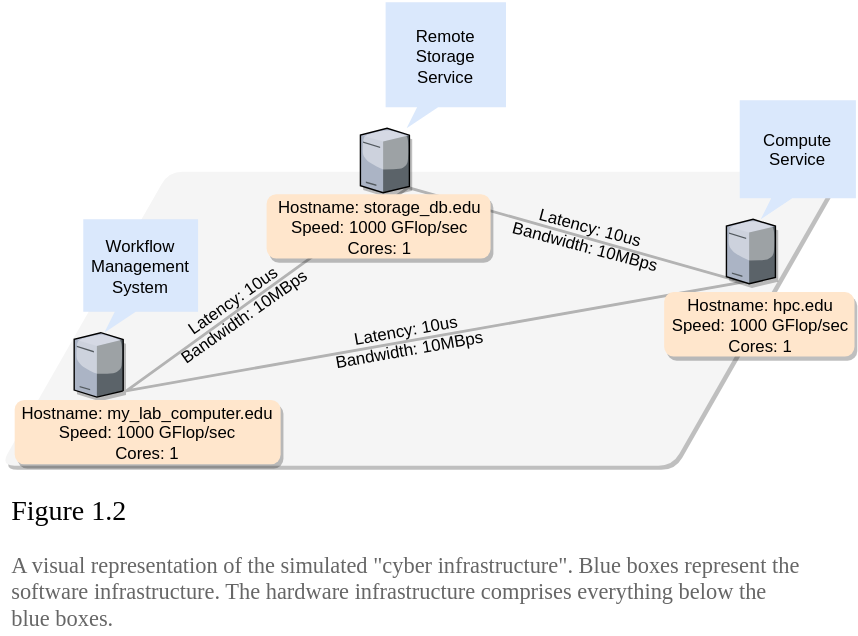
Earlier version of the draw.io export docs/public/img/activity_1/cyber_infrastructure.svg (wrench-project/wrench-pedagogic-modules). Source tidied: cells renumbered, new cells last; positions are measured from the earlier drawing's top-left corner, leaving out a move shared by most shapes.
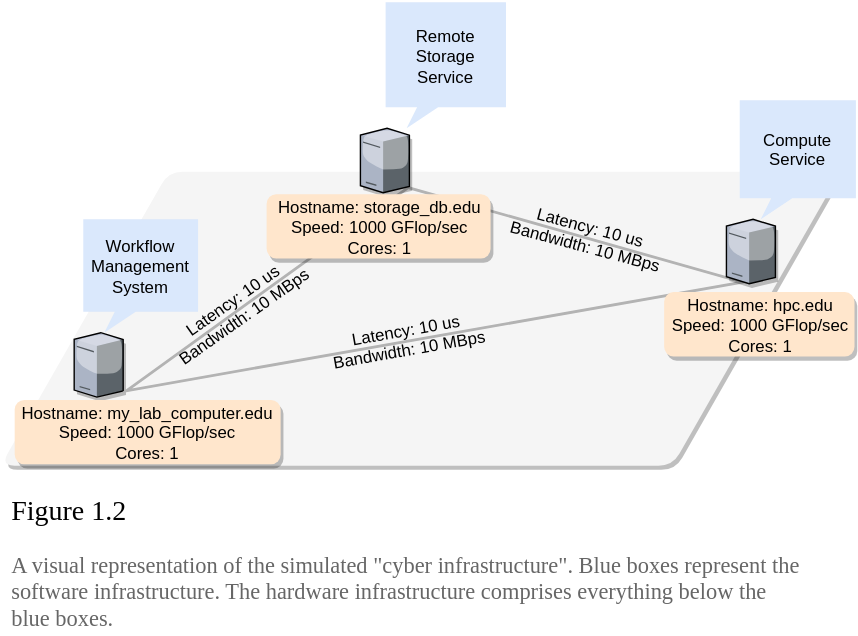
After the commit.

What changed in the source:
```diff
@@ -26,13 +26,13 @@
     <mxCell id="9" value="&lt;div&gt;&lt;span&gt;Hostname: hpc.edu&lt;/span&gt;&lt;/div&gt;&lt;div&gt;&lt;span&gt;Speed: 1000 GFlop/sec&lt;/span&gt;&lt;/div&gt;&lt;div&gt;&lt;span&gt;Cores: 1&lt;/span&gt;&lt;/div&gt;" style="rounded=1;whiteSpace=wrap;html=1;fillColor=#ffe6cc;strokeColor=none;gradientColor=none;shadow=1;" parent="1" vertex="1">
       <mxGeometry x="474" y="245" width="136" height="46" as="geometry" />
     </mxCell>
-    <mxCell id="10" value="Latency: 10us&lt;br&gt;Bandwidth: 10MBps&lt;br&gt;" style="rounded=1;whiteSpace=wrap;html=1;shadow=0;strokeColor=none;strokeWidth=2;fillColor=none;rotation=-35;" parent="1" vertex="1">
+    <mxCell id="10" value="Latency: 10 us&lt;br&gt;Bandwidth: 10 MBps&lt;br&gt;" style="rounded=1;whiteSpace=wrap;html=1;shadow=0;strokeColor=none;strokeWidth=2;fillColor=none;rotation=-35;" parent="1" vertex="1">
       <mxGeometry x="108.5" y="227" width="120" height="60" as="geometry" />
     </mxCell>
-    <mxCell id="11" value="Latency: 10us&lt;br&gt;Bandwidth: 10MBps&lt;br&gt;" style="rounded=1;whiteSpace=wrap;html=1;shadow=0;strokeColor=none;strokeWidth=2;fillColor=none;rotation=15;" parent="1" vertex="1">
+    <mxCell id="11" value="Latency: 10 us&lt;br&gt;Bandwidth: 10 MBps&lt;br&gt;" style="rounded=1;whiteSpace=wrap;html=1;shadow=0;strokeColor=none;strokeWidth=2;fillColor=none;rotation=15;" parent="1" vertex="1">
       <mxGeometry x="358.5" y="175" width="120" height="60" as="geometry" />
     </mxCell>
-    <mxCell id="12" value="Latency: 10us&lt;br&gt;Bandwidth: 10MBps&lt;br&gt;" style="rounded=1;whiteSpace=wrap;html=1;shadow=0;strokeColor=none;strokeWidth=2;fillColor=none;rotation=-10;" parent="1" vertex="1">
+    <mxCell id="12" value="Latency: 10 us&lt;br&gt;Bandwidth: 10 MBps&lt;br&gt;" style="rounded=1;whiteSpace=wrap;html=1;shadow=0;strokeColor=none;strokeWidth=2;fillColor=none;rotation=-10;" parent="1" vertex="1">
       <mxGeometry x="229.5" y="249" width="120" height="60" as="geometry" />
     </mxCell>
     <mxCell id="13" value="&lt;div style=&quot;text-align: left&quot;&gt;&lt;br&gt;&lt;/div&gt;" style="verticalLabelPosition=bottom;html=1;verticalAlign=top;strokeColor=none;align=center;shape=mxgraph.citrix.tower_server;shadow=1;" parent="1" vertex="1">
```
